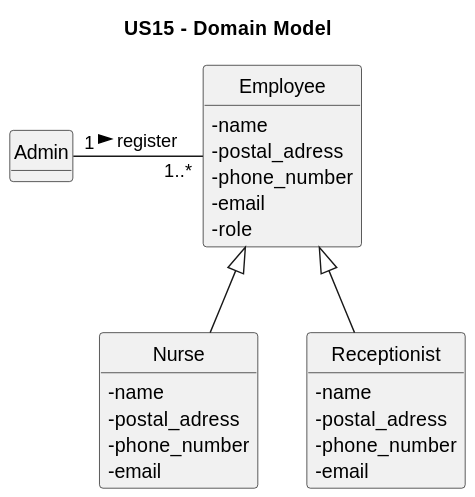
Earlier version of the PlantUML export docs/Sprint2/US15/svg/US15-MD.svg (Parafita123/leti-esoft-25-26-B1). Its diagram source:
```plantuml
@startuml
title US15 - Domain Model

hide circle
skinparam classAttributeIconSize 0
skinparam classAttributeIconSize 0
hide circle
hide methods

class Employee {
  - name
  - postal_adress
  - phone_number
  - email
  - role
}

class Nurse {
    - name
    - postal_adress
    - phone_number
    - email
}

class Receptionist {
    - name
    - postal_adress
    - phone_number
    - email
}

class Admin
Employee <|-- Nurse
Employee <|-- Receptionist
Admin "1" -right-- "1..*" Employee: register >
@enduml
```
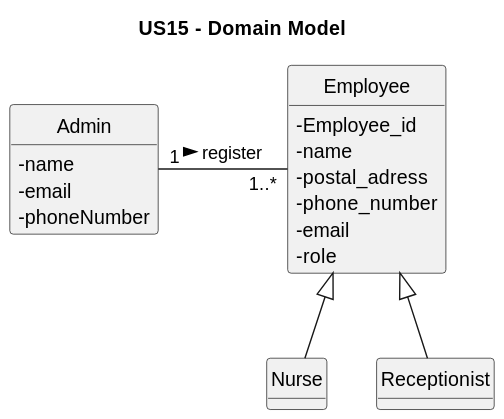
Later version of the same file.

What changed in the source:
```diff
@@ -8,6 +8,7 @@
 hide methods
 
 class Employee {
+  - Employee_id
   - name
   - postal_adress
   - phone_number
@@ -16,20 +17,18 @@
 }
 
 class Nurse {
-    - name
-    - postal_adress
-    - phone_number
-    - email
+
 }
 
 class Receptionist {
-    - name
-    - postal_adress
-    - phone_number
-    - email
+
 }
 
-class Admin
+class Admin{
+    - name
+    - email
+    - phoneNumber
+}
 Employee <|-- Nurse
 Employee <|-- Receptionist
 Admin "1" -right-- "1..*" Employee: register >
```
